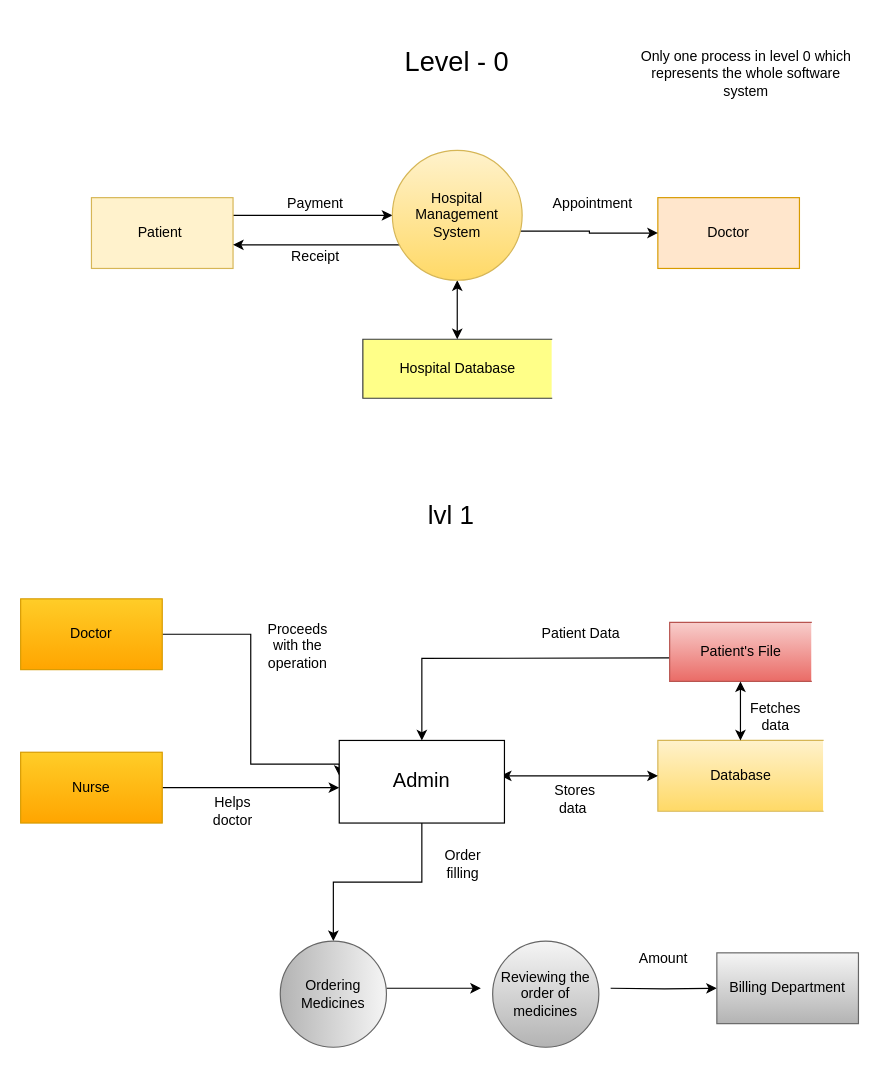
The draw.io diagram page "Page-1" (1 of 2) of Untitled Diagram2.drawio in Spart-v6/diagram, before the edit. Source tidied: cells renumbered, new cells numbered last; positions are measured from the earlier drawing's top-left corner, leaving out a move shared by most shapes. Both pictures are drawn from the tidied source at 118%, with x=0, y=0 at pixel (20, 20).
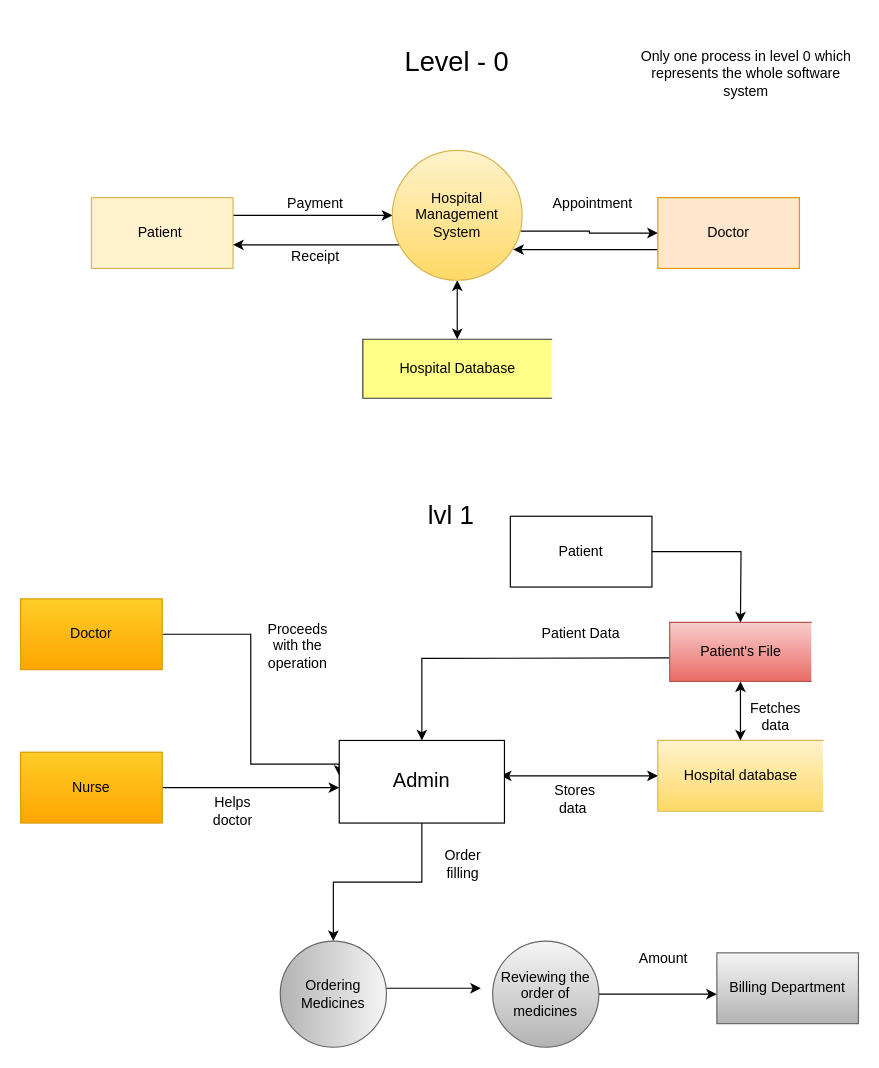
Above is the later version.

Unchanged cells that the change refers to:
```xml
<mxCell id="4" value="Doctor" style="rounded=0;whiteSpace=wrap;html=1;fillColor=#ffe6cc;strokeColor=#d79b00;" parent="1" vertex="1">
  <mxGeometry x="540" y="150" width="120" height="60" as="geometry" />
</mxCell>
<mxCell id="15" value="Billing Department" style="rounded=0;whiteSpace=wrap;html=1;fillColor=#f5f5f5;strokeColor=#666666;gradientColor=#b3b3b3;" parent="1" vertex="1">
  <mxGeometry x="590" y="790" width="120" height="60" as="geometry" />
</mxCell>
<mxCell id="35" value="Hospital Management System" style="ellipse;whiteSpace=wrap;html=1;gradientColor=#ffd966;fillColor=#fff2cc;strokeColor=#d6b656;" parent="1" vertex="1">
  <mxGeometry x="315" y="110" width="110" height="110" as="geometry" />
</mxCell>
<mxCell id="38" value="&lt;span&gt;Reviewing the order of medicines&lt;/span&gt;" style="ellipse;whiteSpace=wrap;html=1;gradientColor=#b3b3b3;fillColor=#f5f5f5;strokeColor=#666666;" parent="1" vertex="1">
  <mxGeometry x="400" y="780" width="90" height="90" as="geometry" />
</mxCell>
```

The edit, as a diff of the source:
```diff
@@
+    <mxCell id="39" style="edgeStyle=orthogonalEdgeStyle;rounded=0;jettySize=auto;html=1;entryX=0.931;entryY=0.764;entryDx=0;entryDy=0;entryPerimeter=0;" parent="1" edge="1" source="4" target="35">
+      <mxGeometry relative="1" as="geometry">
+        <Array as="points">
+          <mxPoint x="510" y="194" />
+          <mxPoint x="510" y="194" />
+        </Array>
+      </mxGeometry>
+    </mxCell>
@@
-    <mxCell id="13" style="edgeStyle=orthogonalEdgeStyle;rounded=0;jettySize=auto;html=1;" parent="1" edge="1" target="15">
+    <mxCell id="13" style="edgeStyle=orthogonalEdgeStyle;rounded=0;jettySize=auto;html=1;" parent="1" edge="1" source="38" target="15">
       <mxGeometry relative="1" as="geometry">
-        <mxPoint x="500" y="820" as="sourcePoint" />
+        <Array as="points">
+          <mxPoint x="560" y="825" />
+          <mxPoint x="560" y="825" />
+        </Array>
       </mxGeometry>
     </mxCell>
@@
-    <mxCell id="28" value="Database" style="html=1;dashed=0;whitespace=wrap;shape=partialRectangle;right=0;fillColor=#fff2cc;strokeColor=#d6b656;gradientColor=#ffd966;" parent="1" vertex="1">
+    <mxCell id="28" value="Hospital database" style="html=1;dashed=0;whitespace=wrap;shape=partialRectangle;right=0;fillColor=#fff2cc;strokeColor=#d6b656;gradientColor=#ffd966;" parent="1" vertex="1">
       <mxGeometry x="540" y="610" width="140" height="60" as="geometry" />
     </mxCell>
@@
+    <mxCell id="40" style="edgeStyle=orthogonalEdgeStyle;rounded=0;jettySize=auto;html=1;" parent="1" edge="1" source="41">
+      <mxGeometry relative="1" as="geometry">
+        <mxPoint x="610" y="510" as="targetPoint" />
+      </mxGeometry>
+    </mxCell>
+    <mxCell id="41" value="Patient" style="rounded=0;whiteSpace=wrap;html=1;" parent="1" vertex="1">
+      <mxGeometry x="415" y="420" width="120" height="60" as="geometry" />
+    </mxCell>
```
